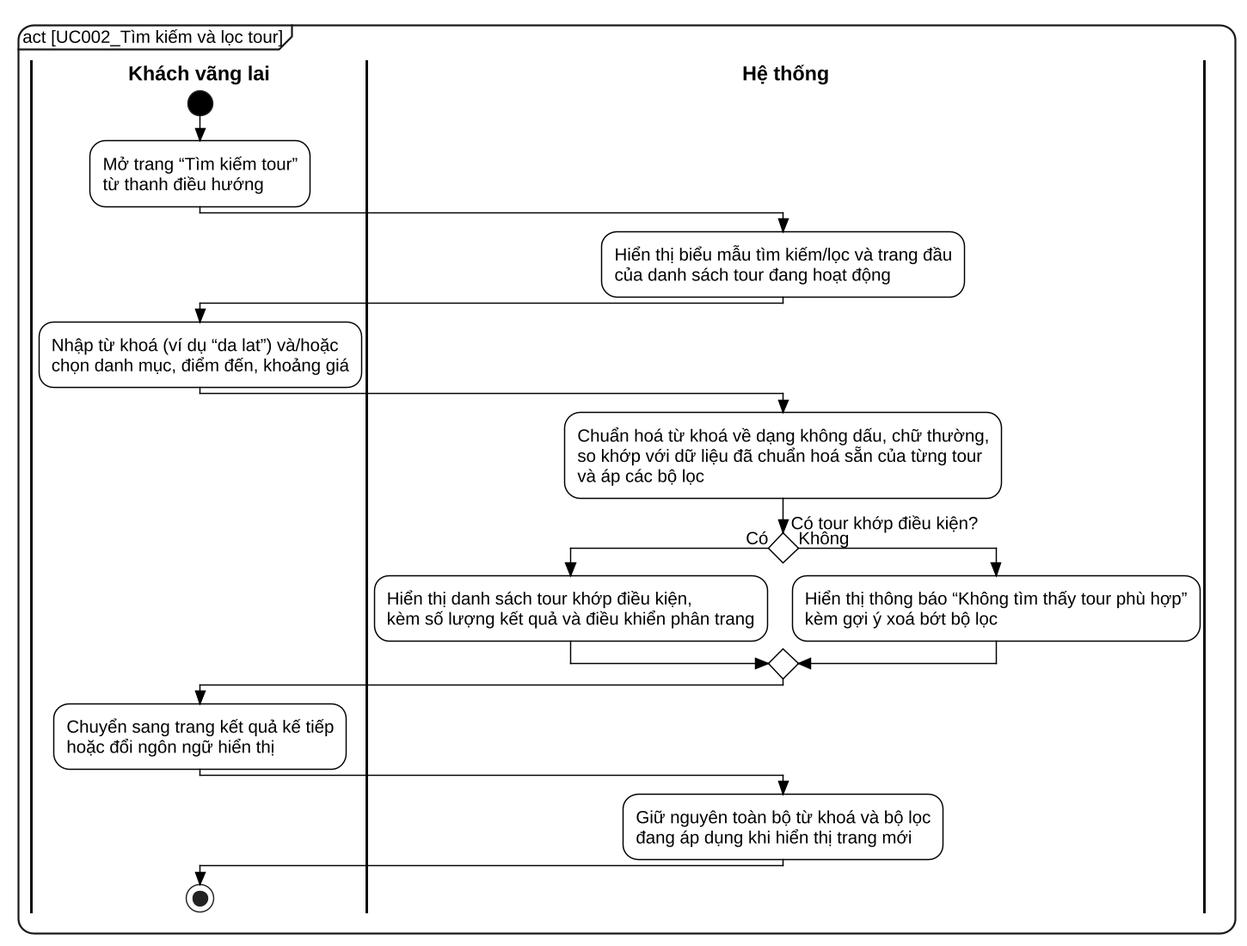
Before: docs/report/diagrams/png/UC002_activity.png, a diagram exported from PlantUML (kanele05/project_www).
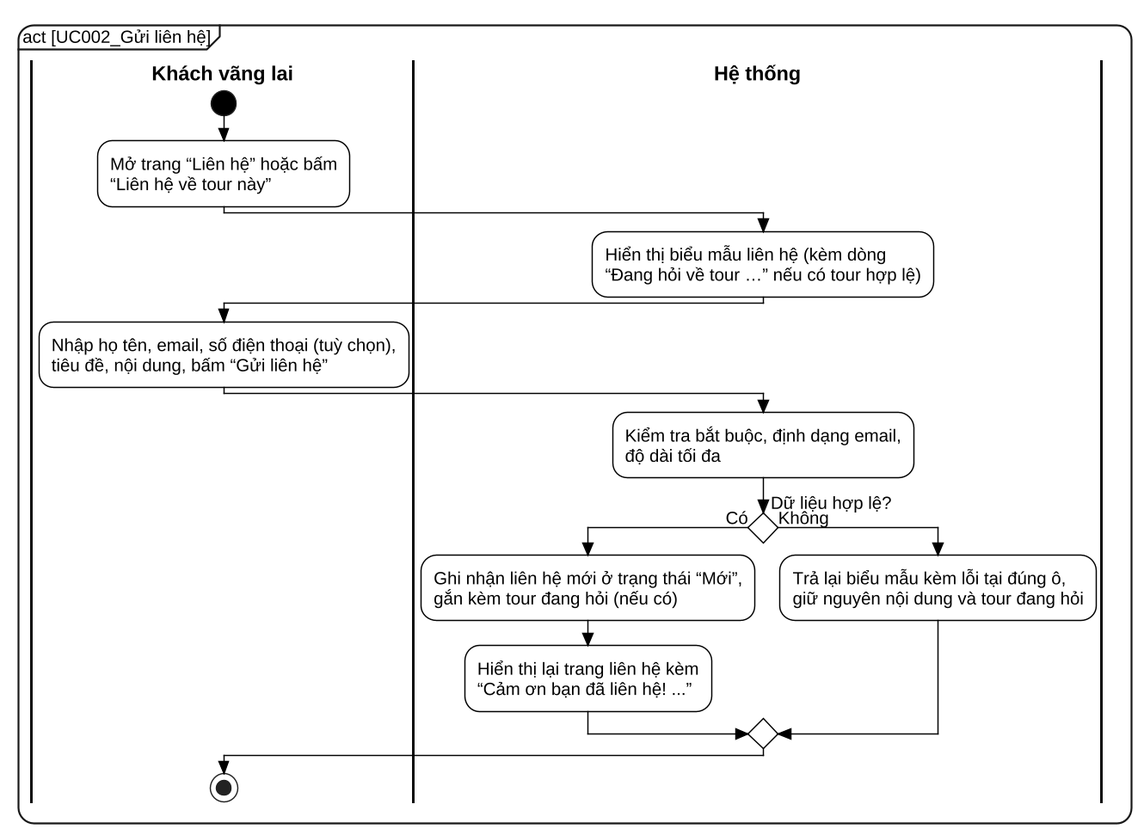
The same file after the commit.

Diff of the diagram source:
```diff
@@ -26,25 +26,22 @@
   TitleFontSize 16
 }
 skinparam wrapWidth 600
-mainframe act [UC002_Tìm kiếm và lọc tour]
+mainframe act [UC002_Gửi liên hệ]
 |Khách vãng lai|
 start
-:Mở trang “Tìm kiếm tour”\ntừ thanh điều hướng;
+:Mở trang “Liên hệ” hoặc bấm\n“Liên hệ về tour này”;
 |Hệ thống|
-:Hiển thị biểu mẫu tìm kiếm/lọc và trang đầu\ncủa danh sách tour đang hoạt động;
+:Hiển thị biểu mẫu liên hệ (kèm dòng\n“Đang hỏi về tour …” nếu có tour hợp lệ);
 |Khách vãng lai|
-:Nhập từ khoá (ví dụ “da lat”) và/hoặc\nchọn danh mục, điểm đến, khoảng giá;
+:Nhập họ tên, email, số điện thoại (tuỳ chọn),\ntiêu đề, nội dung, bấm “Gửi liên hệ”;
 |Hệ thống|
-:Chuẩn hoá từ khoá về dạng không dấu, chữ thường,\nso khớp với dữ liệu đã chuẩn hoá sẵn của từng tour\nvà áp các bộ lọc;
-if (Có tour khớp điều kiện?) then (Có)
-  :Hiển thị danh sách tour khớp điều kiện,\nkèm số lượng kết quả và điều khiển phân trang;
+:Kiểm tra bắt buộc, định dạng email,\nđộ dài tối đa;
+if (Dữ liệu hợp lệ?) then (Có)
+  :Ghi nhận liên hệ mới ở trạng thái “Mới”,\ngắn kèm tour đang hỏi (nếu có);
+  :Hiển thị lại trang liên hệ kèm\n“Cảm ơn bạn đã liên hệ! ...”;
 else (Không)
-  :Hiển thị thông báo “Không tìm thấy tour phù hợp”\nkèm gợi ý xoá bớt bộ lọc;
+  :Trả lại biểu mẫu kèm lỗi tại đúng ô,\ngiữ nguyên nội dung và tour đang hỏi;
 endif
-|Khách vãng lai|
-:Chuyển sang trang kết quả kế tiếp\nhoặc đổi ngôn ngữ hiển thị;
-|Hệ thống|
-:Giữ nguyên toàn bộ từ khoá và bộ lọc\nđang áp dụng khi hiển thị trang mới;
 |Khách vãng lai|
 stop
 @enduml
```
